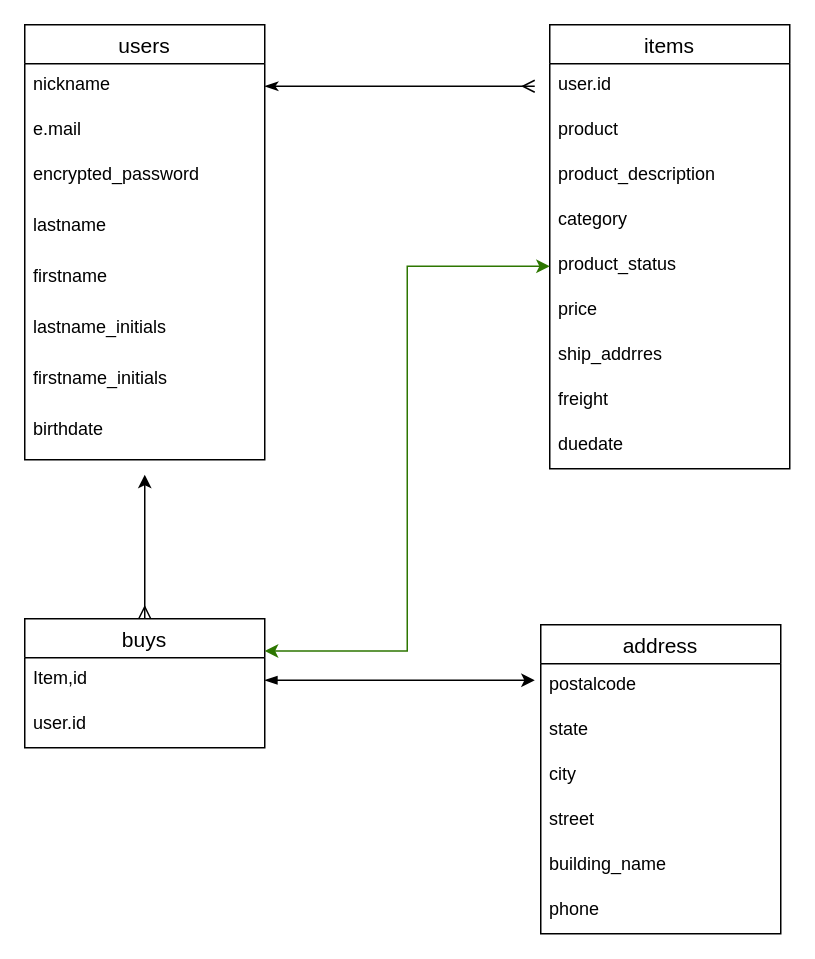
Above: .dio in hirosetomoaki/furima-35779 (draw.io), before the change. Source tidied: cells renumbered, new cells numbered last; positions are measured from the earlier drawing's top-left corner, leaving out a move shared by most shapes. Both pictures are drawn from the tidied source at 150%, with x=0, y=0 at pixel (24, 24).
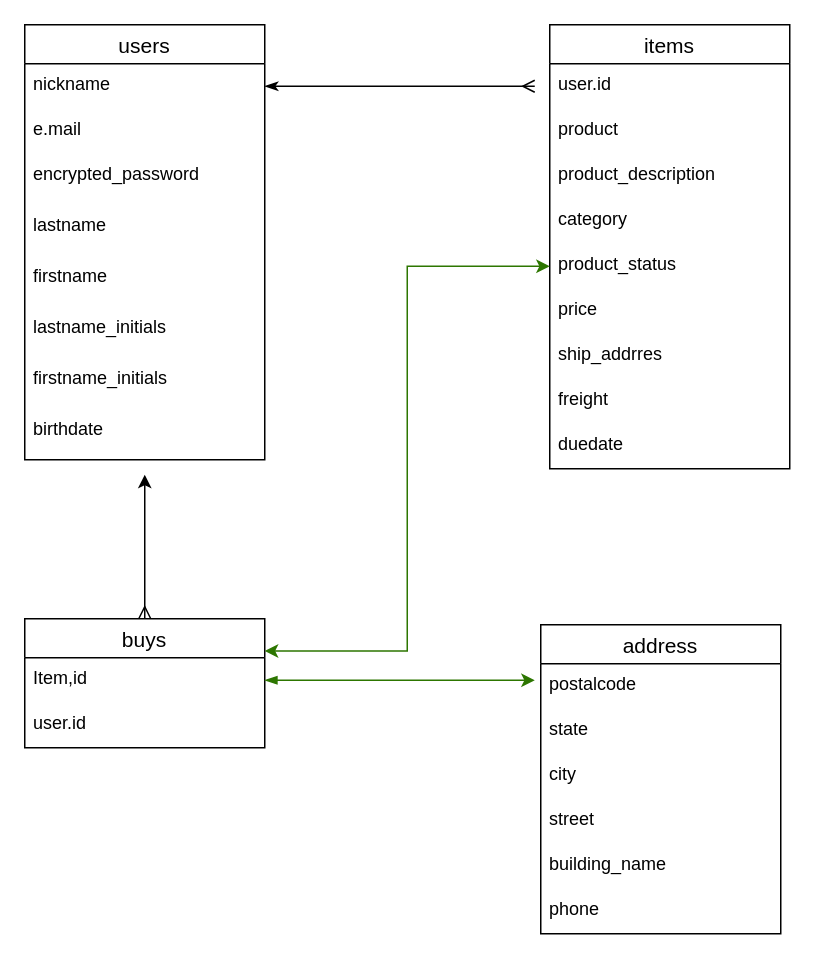
Above is the later version.

Commit message (it also covers changes not shown here):
データベース修正２

The change refers to these unchanged cells:
```xml
<mxCell id="31" value="Item,id" style="text;strokeColor=none;fillColor=none;spacingLeft=4;spacingRight=4;overflow=hidden;points=[[0,0.5],[1,0.5]];portConstraint=eastwest;fontSize=12;" parent="30" vertex="1">
  <mxGeometry y="26" width="160" height="30" as="geometry" />
</mxCell>
```

Diff of the diagram source:
```diff
@@
-    <mxCell id="33" style="edgeStyle=orthogonalEdgeStyle;rounded=0;jettySize=auto;html=1;exitX=1;exitY=0.5;exitDx=0;exitDy=0;startArrow=blockThin;startFill=1;endArrow=classic;endFill=1;" parent="1" edge="1" source="31">
+    <mxCell id="33" style="edgeStyle=orthogonalEdgeStyle;rounded=0;jettySize=auto;html=1;exitX=1;exitY=0.5;exitDx=0;exitDy=0;startArrow=blockThin;startFill=1;endArrow=classic;endFill=1;fillColor=#60a917;strokeColor=#2D7600;" parent="1" edge="1" source="31">
       <mxGeometry relative="1" as="geometry">
         <mxPoint x="340" y="437" as="targetPoint" />
       </mxGeometry>
     </mxCell>
```
